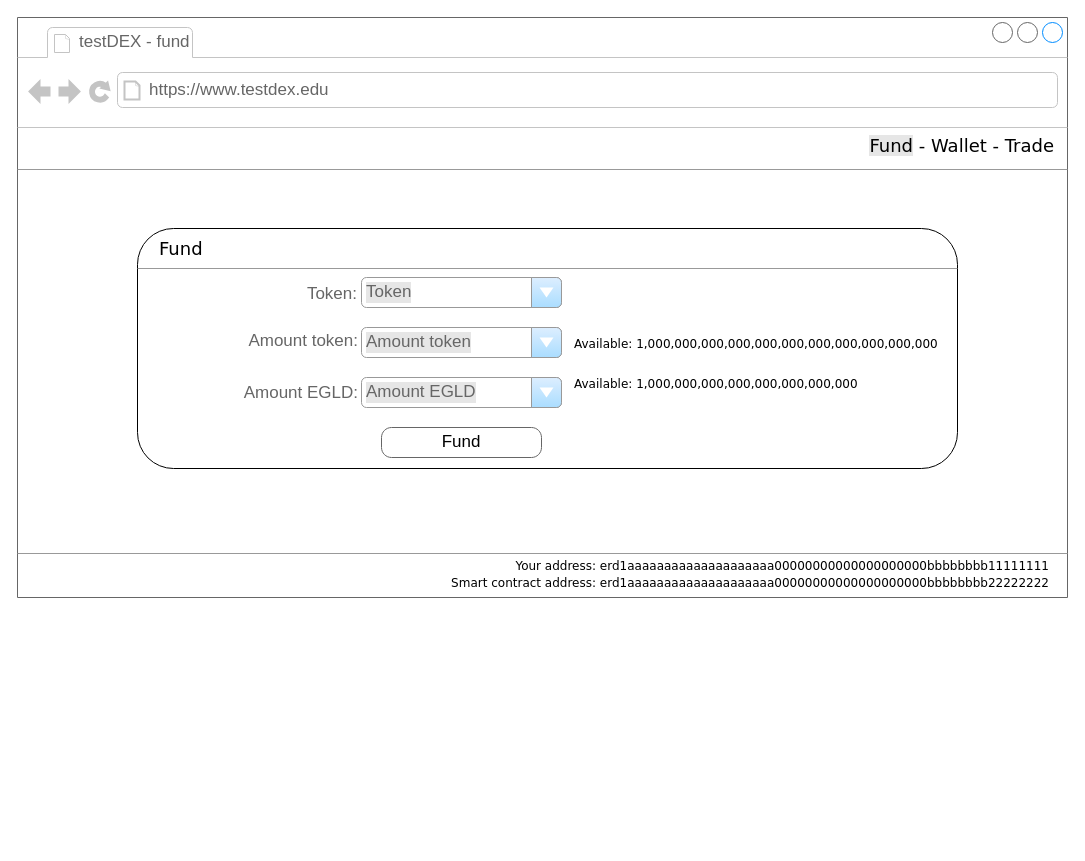
This is fund.drawio from sergiogrubio/TFM_latex, a draw.io file, before an edit. Source tidied: cells renumbered, new cells numbered last; positions are measured from the earlier drawing's top-left corner, leaving out a move shared by most shapes. Both pictures are drawn from the tidied source at 100%, with x=0, y=0 at pixel (17, 17).
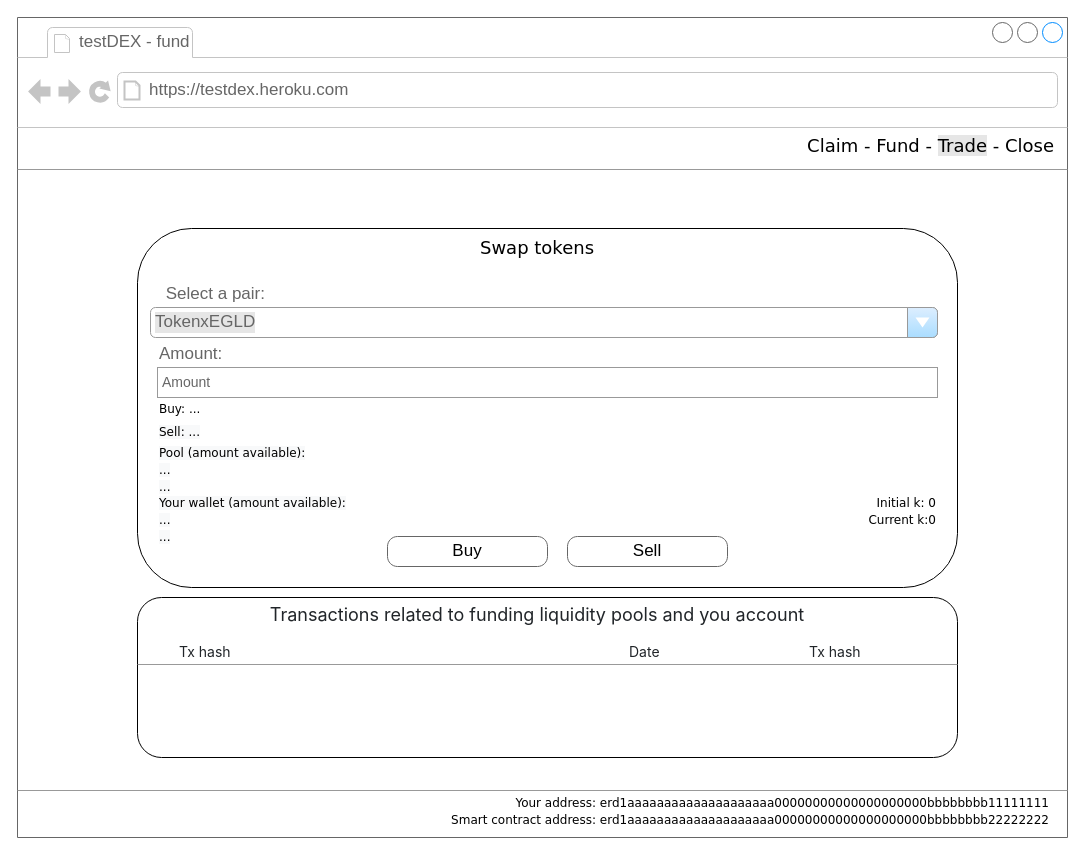
Above is the later version.

Diff of the diagram source:
```diff
@@
     <mxCell id="2" style="strokeWidth=1;shadow=0;dashed=0;align=center;html=1;shape=mxgraph.mockup.containers.browserWindow;rSize=0;strokeColor=#666666;mainText=,;rounded=0;labelBackgroundColor=none;fontFamily=Verdana;fontSize=12;" parent="1" vertex="1">
-      <mxGeometry width="1050" height="580" as="geometry" />
+      <mxGeometry width="1050" height="820" as="geometry" />
     </mxCell>
     <mxCell id="3" style="rounded=1;whiteSpace=wrap;html=1;labelBackgroundColor=#FFFFFF;fontSize=12;" parent="2" vertex="1">
-      <mxGeometry x="120" y="211" width="820" height="240" as="geometry" />
+      <mxGeometry x="120" y="211" width="820" height="359" as="geometry" />
     </mxCell>
-    <mxCell id="4" value="&lt;span style=&quot;color: rgb(0 , 0 , 0) ; font-family: &amp;#34;verdana&amp;#34; ; font-size: 18px ; font-style: normal ; font-weight: 400 ; letter-spacing: normal ; text-align: right ; text-indent: 0px ; text-transform: none ; word-spacing: 0px ; background-color: rgb(255 , 255 , 255) ; display: inline ; float: none&quot;&gt;Fund&lt;/span&gt;" style="text;whiteSpace=wrap;html=1;fontSize=12;" parent="2" vertex="1">
-      <mxGeometry x="140" y="214" width="70" height="30" as="geometry" />
+    <mxCell id="4" value="&lt;span style=&quot;color: rgb(0, 0, 0); font-family: verdana; font-size: 18px; font-style: normal; font-weight: 400; letter-spacing: normal; text-indent: 0px; text-transform: none; word-spacing: 0px; background-color: rgb(255, 255, 255); display: inline; float: none;&quot;&gt;Swap tokens&lt;/span&gt;" style="text;whiteSpace=wrap;html=1;fontSize=12;align=center;" parent="2" vertex="1">
+      <mxGeometry x="140" y="213" width="760" height="30" as="geometry" />
     </mxCell>
-    <mxCell id="5" style="verticalLabelPosition=bottom;shadow=0;dashed=0;align=center;html=1;verticalAlign=top;strokeWidth=1;shape=mxgraph.mockup.markup.line;strokeColor=#999999;rounded=0;labelBackgroundColor=none;fillColor=#ffffff;fontFamily=Verdana;fontSize=12;fontColor=#000000;" parent="2" vertex="1">
-      <mxGeometry x="120" y="241" width="820" height="20" as="geometry" />
-    </mxCell>
@@
-    <mxCell id="7" value="https://www.testdex.edu" style="strokeWidth=1;shadow=0;dashed=0;align=center;html=1;shape=mxgraph.mockup.containers.anchor;rSize=0;fontSize=17;fontColor=#666666;align=left;" parent="2" vertex="1">
+    <mxCell id="7" value="https://testdex.heroku.com" style="strokeWidth=1;shadow=0;dashed=0;align=center;html=1;shape=mxgraph.mockup.containers.anchor;rSize=0;fontSize=17;fontColor=#666666;align=left;" parent="2" vertex="1">
       <mxGeometry x="130" y="60" width="250" height="26" as="geometry" />
     </mxCell>
-    <mxCell id="8" value="&lt;span style=&quot;font-size: 18px&quot;&gt;&lt;span style=&quot;background-color: rgb(230 , 230 , 230)&quot;&gt;Fund&lt;/span&gt; - Wallet - Trade&lt;/span&gt;" style="text;html=1;align=right;verticalAlign=top;spacingTop=-4;fontSize=30;fontFamily=Verdana;" parent="2" vertex="1">
+    <mxCell id="8" value="&lt;span style=&quot;font-size: 18px;&quot;&gt;Claim -&amp;nbsp;&lt;/span&gt;&lt;span style=&quot;font-size: 18px&quot;&gt;&lt;span style=&quot;background-color: rgb(255, 255, 255);&quot;&gt;Fund&lt;/span&gt; - &lt;span style=&quot;background-color: rgb(230, 230, 230);&quot;&gt;Trade&lt;/span&gt; - Close&lt;/span&gt;" style="text;html=1;align=right;verticalAlign=top;spacingTop=-4;fontSize=30;fontFamily=Verdana;" parent="2" vertex="1">
       <mxGeometry x="698" y="104" width="340" height="50" as="geometry" />
     </mxCell>
     <mxCell id="9" value="&lt;font style=&quot;font-size: 12px&quot;&gt;Your address: erd1aaaaaaaaaaaaaaaaaaaa00000000000000000000bbbbbbbb11111111&lt;/font&gt;" style="text;html=1;align=right;verticalAlign=top;spacingTop=-4;fontSize=30;fontFamily=Verdana;" parent="2" vertex="1">
-      <mxGeometry x="490" y="522" width="543" height="50" as="geometry" />
+      <mxGeometry x="490" y="759" width="543" height="50" as="geometry" />
     </mxCell>
-    <mxCell id="10" value="Token" style="strokeWidth=1;shadow=0;dashed=0;align=center;html=1;shape=mxgraph.mockup.forms.comboBox;strokeColor=#999999;fillColor=#ddeeff;align=left;fillColor2=#aaddff;mainText=;fontColor=#666666;fontSize=17;spacingLeft=3;labelBackgroundColor=#E6E6E6;" parent="2" vertex="1">
-      <mxGeometry x="344" y="260" width="200" height="30" as="geometry" />
+    <mxCell id="10" value="TokenxEGLD" style="strokeWidth=1;shadow=0;dashed=0;align=center;html=1;shape=mxgraph.mockup.forms.comboBox;strokeColor=#999999;fillColor=#ddeeff;align=left;fillColor2=#aaddff;mainText=;fontColor=#666666;fontSize=17;spacingLeft=3;labelBackgroundColor=#E6E6E6;" parent="2" vertex="1">
+      <mxGeometry x="133" y="290" width="787" height="30" as="geometry" />
     </mxCell>
-    <mxCell id="11" value="Amount token" style="strokeWidth=1;shadow=0;dashed=0;align=center;html=1;shape=mxgraph.mockup.forms.comboBox;strokeColor=#999999;fillColor=#ddeeff;align=left;fillColor2=#aaddff;mainText=;fontColor=#666666;fontSize=17;spacingLeft=3;labelBackgroundColor=#E6E6E6;" parent="2" vertex="1">
-      <mxGeometry x="344" y="310" width="200" height="30" as="geometry" />
-    </mxCell>
-    <mxCell id="12" value="Amount EGLD" style="strokeWidth=1;shadow=0;dashed=0;align=center;html=1;shape=mxgraph.mockup.forms.comboBox;strokeColor=#999999;fillColor=#ddeeff;align=left;fillColor2=#aaddff;mainText=;fontColor=#666666;fontSize=17;spacingLeft=3;labelBackgroundColor=#E6E6E6;" parent="2" vertex="1">
-      <mxGeometry x="344" y="360" width="200" height="30" as="geometry" />
-    </mxCell>
-    <mxCell id="13" value="Fund" style="strokeWidth=1;shadow=0;dashed=0;align=center;html=1;shape=mxgraph.mockup.buttons.button;strokeColor=#666666;mainText=;buttonStyle=round;fontSize=17;fontStyle=0;fillColor=none;whiteSpace=wrap;rounded=0;labelBackgroundColor=none;" parent="2" vertex="1">
-      <mxGeometry x="364" y="410" width="160" height="30" as="geometry" />
+    <mxCell id="13" value="Buy" style="strokeWidth=1;shadow=0;dashed=0;align=center;html=1;shape=mxgraph.mockup.buttons.button;strokeColor=#666666;mainText=;buttonStyle=round;fontSize=17;fontStyle=0;fillColor=none;whiteSpace=wrap;rounded=0;labelBackgroundColor=none;" parent="2" vertex="1">
+      <mxGeometry x="370" y="519" width="160" height="30" as="geometry" />
     </mxCell>
-    <mxCell id="14" value="&lt;span style=&quot;font-size: 12px&quot;&gt;Available: 1,000,000,000,000,000,000,000,000,000,000,000&lt;/span&gt;" style="text;html=1;align=left;verticalAlign=top;spacingTop=-4;fontSize=30;fontFamily=Verdana;" parent="2" vertex="1">
-      <mxGeometry x="555" y="300" width="340" height="50" as="geometry" />
+    <mxCell id="14" value="&lt;span style=&quot;font-size: 12px&quot;&gt;Buy: ...&lt;/span&gt;" style="text;html=1;align=left;verticalAlign=top;spacingTop=-4;fontSize=30;fontFamily=Verdana;" parent="2" vertex="1">
+      <mxGeometry x="140" y="365" width="340" height="50" as="geometry" />
     </mxCell>
-    <mxCell id="15" value="&lt;span style=&quot;font-size: 12px&quot;&gt;Available: 1,000,000,000,000,000,000,000,000&lt;/span&gt;" style="text;html=1;align=left;verticalAlign=top;spacingTop=-4;fontSize=30;fontFamily=Verdana;" parent="2" vertex="1">
-      <mxGeometry x="555" y="340" width="340" height="50" as="geometry" />
-    </mxCell>
-    <mxCell id="16" value="&lt;span style=&quot;color: rgb(102, 102, 102); font-family: helvetica; font-size: 17px; font-style: normal; font-weight: 400; letter-spacing: normal; text-indent: 0px; text-transform: none; word-spacing: 0px; display: inline; float: none; background-color: rgb(255, 255, 255);&quot;&gt;Token:&lt;/span&gt;" style="text;whiteSpace=wrap;html=1;fontSize=12;align=right;" parent="2" vertex="1">
-      <mxGeometry x="272" y="260" width="70" height="30" as="geometry" />
+    <mxCell id="16" value="&lt;span style=&quot;color: rgb(102, 102, 102); font-family: helvetica; font-size: 17px; font-style: normal; font-weight: 400; letter-spacing: normal; text-indent: 0px; text-transform: none; word-spacing: 0px; display: inline; float: none; background-color: rgb(255, 255, 255);&quot;&gt;Select a pair:&lt;/span&gt;" style="text;whiteSpace=wrap;html=1;fontSize=12;align=right;" parent="2" vertex="1">
+      <mxGeometry x="110" y="260" width="140" height="30" as="geometry" />
     </mxCell>
+    <mxCell id="19" value="&lt;span style=&quot;color: rgb(102 , 102 , 102) ; font-family: &amp;quot;helvetica&amp;quot; ; font-size: 17px ; font-style: normal ; font-weight: 400 ; letter-spacing: normal ; text-indent: 0px ; text-transform: none ; word-spacing: 0px ; display: inline ; float: none ; background-color: rgb(255 , 255 , 255)&quot;&gt;Amount:&lt;/span&gt;" style="text;whiteSpace=wrap;html=1;fontSize=12;align=left;" parent="2" vertex="1">
+      <mxGeometry x="140" y="320" width="111" height="30" as="geometry" />
+    </mxCell>
+    <mxCell id="22" style="rounded=1;whiteSpace=wrap;html=1;labelBackgroundColor=#FFFFFF;fontSize=12;" parent="2" vertex="1">
+      <mxGeometry x="120" y="580" width="820" height="160" as="geometry" />
+    </mxCell>
+    <mxCell id="23" value="&lt;h5 style=&quot;box-sizing: border-box; margin-top: 0px; line-height: 1.2; color: rgb(33, 37, 41); font-family: -apple-system, BlinkMacSystemFont, &amp;quot;Segoe UI&amp;quot;, Roboto, &amp;quot;Helvetica Neue&amp;quot;, Arial, &amp;quot;Noto Sans&amp;quot;, &amp;quot;Liberation Sans&amp;quot;, sans-serif, &amp;quot;Apple Color Emoji&amp;quot;, &amp;quot;Segoe UI Emoji&amp;quot;, &amp;quot;Segoe UI Symbol&amp;quot;, &amp;quot;Noto Color Emoji&amp;quot;; font-style: normal; font-variant-ligatures: normal; font-variant-caps: normal; letter-spacing: normal; orphans: 2; text-indent: 0px; text-transform: none; widows: 2; word-spacing: 0px; -webkit-text-stroke-width: 0px; background-color: rgb(255, 255, 255); text-decoration-thickness: initial; text-decoration-style: initial; text-decoration-color: initial; margin-bottom: 1rem !important; font-weight: 400 !important;&quot; class=&quot;mb-3 font-weight-normal text-center&quot;&gt;&lt;font style=&quot;font-size: 18px;&quot;&gt;Transactions related to funding liquidity pools and you account&lt;/font&gt;&lt;/h5&gt;" style="text;whiteSpace=wrap;html=1;align=center;" parent="2" vertex="1">
+      <mxGeometry x="120" y="580" width="800" height="80" as="geometry" />
+    </mxCell>
+    <mxCell id="24" style="verticalLabelPosition=bottom;shadow=0;dashed=0;align=center;html=1;verticalAlign=top;strokeWidth=1;shape=mxgraph.mockup.markup.line;strokeColor=#999999;rounded=0;labelBackgroundColor=none;fillColor=#ffffff;fontFamily=Verdana;fontSize=12;fontColor=#000000;" parent="2" vertex="1">
+      <mxGeometry x="120" y="637" width="820" height="20" as="geometry" />
+    </mxCell>
+    <mxCell id="25" value="&lt;h5 style=&quot;font-style: normal; font-variant-ligatures: normal; font-variant-caps: normal; letter-spacing: normal; orphans: 2; text-align: center; text-indent: 0px; text-transform: none; widows: 2; word-spacing: 0px; -webkit-text-stroke-width: 0px; text-decoration-thickness: initial; text-decoration-style: initial; text-decoration-color: initial; box-sizing: border-box; margin-top: 0px; line-height: 1.2; color: rgb(33, 37, 41); font-family: -apple-system, BlinkMacSystemFont, &amp;quot;Segoe UI&amp;quot;, Roboto, &amp;quot;Helvetica Neue&amp;quot;, Arial, &amp;quot;Noto Sans&amp;quot;, &amp;quot;Liberation Sans&amp;quot;, sans-serif, &amp;quot;Apple Color Emoji&amp;quot;, &amp;quot;Segoe UI Emoji&amp;quot;, &amp;quot;Segoe UI Symbol&amp;quot;, &amp;quot;Noto Color Emoji&amp;quot;; background-color: rgb(255, 255, 255); margin-bottom: 1rem !important; font-weight: 400 !important;&quot; class=&quot;mb-3 font-weight-normal text-center&quot;&gt;&lt;font style=&quot;font-size: 14px;&quot;&gt;Tx hash&lt;/font&gt;&lt;/h5&gt;" style="text;whiteSpace=wrap;html=1;fontSize=18;" parent="2" vertex="1">
+      <mxGeometry x="160" y="620" width="60" height="30" as="geometry" />
+    </mxCell>
+    <mxCell id="26" value="&lt;h5 style=&quot;font-style: normal; font-variant-ligatures: normal; font-variant-caps: normal; letter-spacing: normal; orphans: 2; text-align: center; text-indent: 0px; text-transform: none; widows: 2; word-spacing: 0px; -webkit-text-stroke-width: 0px; text-decoration-thickness: initial; text-decoration-style: initial; text-decoration-color: initial; box-sizing: border-box; margin-top: 0px; line-height: 1.2; color: rgb(33, 37, 41); font-family: -apple-system, BlinkMacSystemFont, &amp;quot;Segoe UI&amp;quot;, Roboto, &amp;quot;Helvetica Neue&amp;quot;, Arial, &amp;quot;Noto Sans&amp;quot;, &amp;quot;Liberation Sans&amp;quot;, sans-serif, &amp;quot;Apple Color Emoji&amp;quot;, &amp;quot;Segoe UI Emoji&amp;quot;, &amp;quot;Segoe UI Symbol&amp;quot;, &amp;quot;Noto Color Emoji&amp;quot;; background-color: rgb(255, 255, 255); margin-bottom: 1rem !important; font-weight: 400 !important;&quot; class=&quot;mb-3 font-weight-normal text-center&quot;&gt;&lt;font style=&quot;font-size: 14px;&quot;&gt;Date&lt;/font&gt;&lt;/h5&gt;" style="text;whiteSpace=wrap;html=1;fontSize=18;" parent="2" vertex="1">
+      <mxGeometry x="610" y="620" width="60" height="30" as="geometry" />
+    </mxCell>
+    <mxCell id="27" value="&lt;h5 style=&quot;font-style: normal; font-variant-ligatures: normal; font-variant-caps: normal; letter-spacing: normal; orphans: 2; text-align: center; text-indent: 0px; text-transform: none; widows: 2; word-spacing: 0px; -webkit-text-stroke-width: 0px; text-decoration-thickness: initial; text-decoration-style: initial; text-decoration-color: initial; box-sizing: border-box; margin-top: 0px; line-height: 1.2; color: rgb(33, 37, 41); font-family: -apple-system, BlinkMacSystemFont, &amp;quot;Segoe UI&amp;quot;, Roboto, &amp;quot;Helvetica Neue&amp;quot;, Arial, &amp;quot;Noto Sans&amp;quot;, &amp;quot;Liberation Sans&amp;quot;, sans-serif, &amp;quot;Apple Color Emoji&amp;quot;, &amp;quot;Segoe UI Emoji&amp;quot;, &amp;quot;Segoe UI Symbol&amp;quot;, &amp;quot;Noto Color Emoji&amp;quot;; background-color: rgb(255, 255, 255); margin-bottom: 1rem !important; font-weight: 400 !important;&quot; class=&quot;mb-3 font-weight-normal text-center&quot;&gt;&lt;font style=&quot;font-size: 14px;&quot;&gt;Tx hash&lt;/font&gt;&lt;/h5&gt;" style="text;whiteSpace=wrap;html=1;fontSize=18;" parent="2" vertex="1">
+      <mxGeometry x="790" y="620" width="60" height="30" as="geometry" />
+    </mxCell>
+    <mxCell id="28" value="Amount" style="strokeWidth=1;shadow=0;dashed=0;align=center;html=1;shape=mxgraph.mockup.forms.rrect;fillColor=#ffffff;rSize=0;fontColor=#666666;align=left;spacingLeft=3;strokeColor=#999999;labelBackgroundColor=#FFFFFF;fontSize=14;" parent="2" vertex="1">
+      <mxGeometry x="140" y="350" width="780" height="30" as="geometry" />
+    </mxCell>
+    <mxCell id="29" value="&lt;span style=&quot;color: rgb(0, 0, 0); font-family: Verdana; font-size: 12px; font-style: normal; font-variant-ligatures: normal; font-variant-caps: normal; font-weight: 400; letter-spacing: normal; orphans: 2; text-align: left; text-indent: 0px; text-transform: none; widows: 2; word-spacing: 0px; -webkit-text-stroke-width: 0px; background-color: rgb(248, 249, 250); text-decoration-thickness: initial; text-decoration-style: initial; text-decoration-color: initial; float: none; display: inline !important;&quot;&gt;Sell: ...&lt;/span&gt;" style="text;whiteSpace=wrap;html=1;fontSize=14;" parent="2" vertex="1">
+      <mxGeometry x="140" y="399" width="70" height="30" as="geometry" />
+    </mxCell>
+    <mxCell id="30" value="&lt;span style=&quot;color: rgb(0, 0, 0); font-family: Verdana; font-size: 12px; font-style: normal; font-variant-ligatures: normal; font-variant-caps: normal; font-weight: 400; letter-spacing: normal; orphans: 2; text-align: left; text-indent: 0px; text-transform: none; widows: 2; word-spacing: 0px; -webkit-text-stroke-width: 0px; background-color: rgb(248, 249, 250); text-decoration-thickness: initial; text-decoration-style: initial; text-decoration-color: initial; float: none; display: inline !important;&quot;&gt;Pool (amount available):&lt;br&gt;...&lt;br&gt;...&lt;br&gt;&lt;/span&gt;" style="text;whiteSpace=wrap;html=1;fontSize=14;" parent="2" vertex="1">
+      <mxGeometry x="140" y="420" width="240" height="30" as="geometry" />
+    </mxCell>
+    <mxCell id="31" value="&lt;span style=&quot;color: rgb(0, 0, 0); font-family: Verdana; font-size: 12px; font-style: normal; font-variant-ligatures: normal; font-variant-caps: normal; font-weight: 400; letter-spacing: normal; orphans: 2; text-align: left; text-indent: 0px; text-transform: none; widows: 2; word-spacing: 0px; -webkit-text-stroke-width: 0px; background-color: rgb(248, 249, 250); text-decoration-thickness: initial; text-decoration-style: initial; text-decoration-color: initial; float: none; display: inline !important;&quot;&gt;Your wallet (amount available):&lt;br&gt;...&lt;br&gt;...&lt;br&gt;&lt;/span&gt;" style="text;whiteSpace=wrap;html=1;fontSize=14;" parent="2" vertex="1">
+      <mxGeometry x="140" y="470" width="240" height="30" as="geometry" />
+    </mxCell>
+    <mxCell id="32" value="Sell" style="strokeWidth=1;shadow=0;dashed=0;align=center;html=1;shape=mxgraph.mockup.buttons.button;strokeColor=#666666;mainText=;buttonStyle=round;fontSize=17;fontStyle=0;fillColor=none;whiteSpace=wrap;rounded=0;labelBackgroundColor=none;" parent="2" vertex="1">
+      <mxGeometry x="550" y="519" width="160" height="30" as="geometry" />
+    </mxCell>
+    <mxCell id="33" value="&lt;div style=&quot;&quot;&gt;&lt;span style=&quot;font-family: Verdana; font-size: 12px;&quot;&gt;Initial k: 0&lt;/span&gt;&lt;/div&gt;&lt;div style=&quot;&quot;&gt;&lt;span style=&quot;font-family: Verdana; font-size: 12px;&quot;&gt;Current k:0&lt;/span&gt;&lt;/div&gt;&lt;span style=&quot;color: rgb(0, 0, 0); font-family: Verdana; font-size: 12px; font-style: normal; font-variant-ligatures: normal; font-variant-caps: normal; font-weight: 400; letter-spacing: normal; orphans: 2; text-indent: 0px; text-transform: none; widows: 2; word-spacing: 0px; -webkit-text-stroke-width: 0px; background-color: rgb(248, 249, 250); text-decoration-thickness: initial; text-decoration-style: initial; text-decoration-color: initial; float: none; display: inline !important;&quot;&gt;&lt;br&gt;&lt;/span&gt;" style="text;whiteSpace=wrap;html=1;fontSize=14;align=right;" parent="2" vertex="1">
+      <mxGeometry x="681" y="470" width="240" height="30" as="geometry" />
+    </mxCell>
@@
     <mxCell id="18" style="verticalLabelPosition=bottom;shadow=0;dashed=0;align=center;html=1;verticalAlign=top;strokeWidth=1;shape=mxgraph.mockup.markup.line;strokeColor=#999999;rounded=0;labelBackgroundColor=none;fillColor=#ffffff;fontFamily=Verdana;fontSize=12;fontColor=#000000;" parent="1" vertex="1">
-      <mxGeometry y="526" width="1050" height="20" as="geometry" />
+      <mxGeometry y="763" width="1050" height="20" as="geometry" />
     </mxCell>
-    <mxCell id="19" value="&lt;span style=&quot;color: rgb(102 , 102 , 102) ; font-family: &amp;#34;helvetica&amp;#34; ; font-size: 17px ; font-style: normal ; font-weight: 400 ; letter-spacing: normal ; text-indent: 0px ; text-transform: none ; word-spacing: 0px ; display: inline ; float: none ; background-color: rgb(255 , 255 , 255)&quot;&gt;Amount token:&lt;/span&gt;" style="text;whiteSpace=wrap;html=1;fontSize=12;align=right;" parent="1" vertex="1">
-      <mxGeometry x="135" y="307" width="208" height="30" as="geometry" />
-    </mxCell>
-    <mxCell id="20" value="&lt;span style=&quot;color: rgb(102 , 102 , 102) ; font-family: &amp;#34;helvetica&amp;#34; ; font-size: 17px ; font-style: normal ; font-weight: 400 ; letter-spacing: normal ; text-indent: 0px ; text-transform: none ; word-spacing: 0px ; display: inline ; float: none ; background-color: rgb(255 , 255 , 255)&quot;&gt;Amount EGLD:&lt;/span&gt;" style="text;whiteSpace=wrap;html=1;fontSize=12;align=right;" parent="1" vertex="1">
-      <mxGeometry x="135" y="359" width="208" height="30" as="geometry" />
-    </mxCell>
     <mxCell id="21" value="&lt;font style=&quot;font-size: 12px&quot;&gt;Smart contract address: erd1aaaaaaaaaaaaaaaaaaaa00000000000000000000bbbbbbbb22222222&lt;/font&gt;" style="text;html=1;align=right;verticalAlign=top;spacingTop=-4;fontSize=30;fontFamily=Verdana;" parent="1" vertex="1">
-      <mxGeometry x="490" y="539" width="543" height="50" as="geometry" />
+      <mxGeometry x="490" y="776" width="543" height="50" as="geometry" />
     </mxCell>
```
